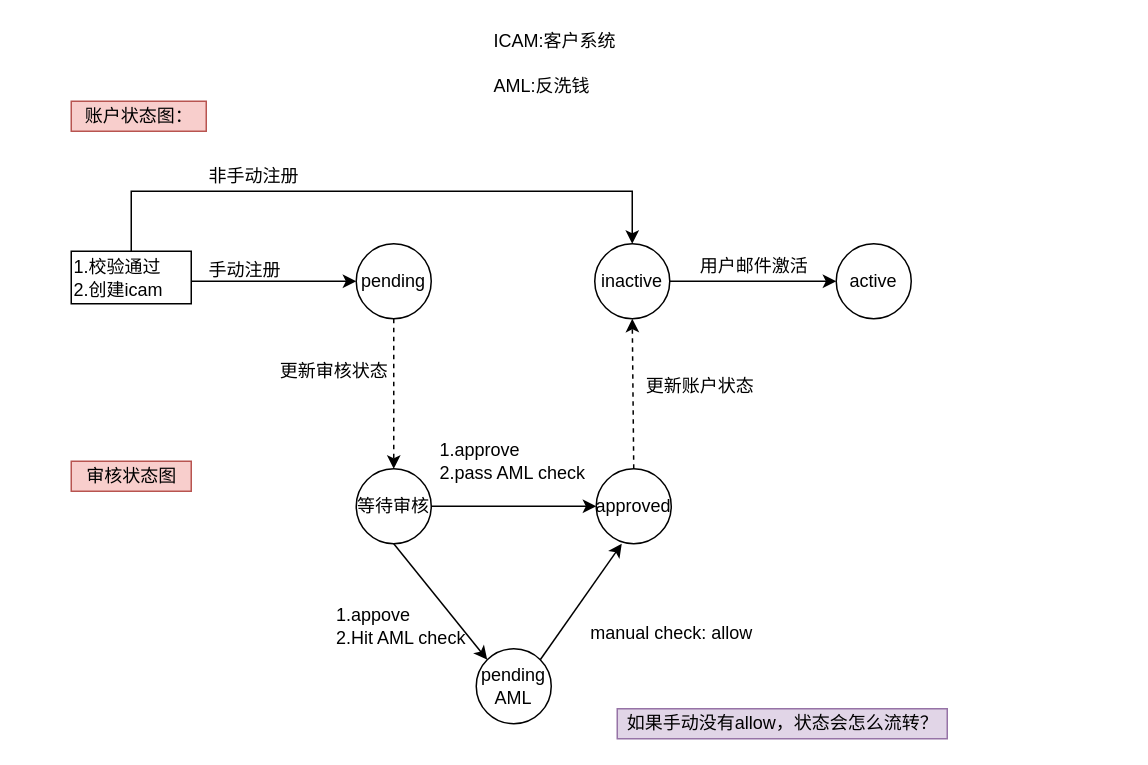
The draw.io diagram page "income-user-status-diagram" (9 of 9) of Untitled Diagram.drawio in wang86924324/workstation, before the edit. Source tidied: cells renumbered, new cells numbered last; positions are measured from the earlier drawing's top-left corner, leaving out a move shared by most shapes. Both pictures are drawn from the tidied source at 150%, with x=0, y=0 at pixel (70, 26).
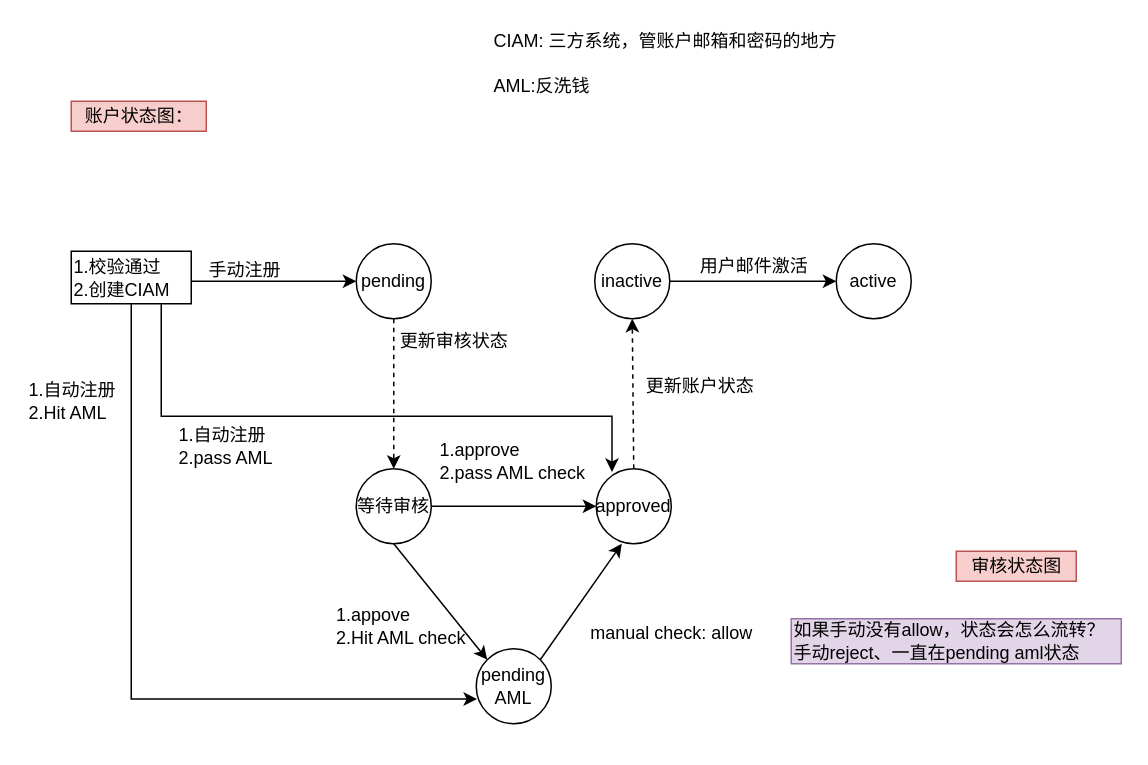
The same page after the edit.

Unchanged cells that the change refers to:
```xml
<mxCell id="13" value="inactive" style="ellipse;whiteSpace=wrap;html=1;" parent="1" vertex="1">
  <mxGeometry x="349" y="145" width="50" height="50" as="geometry" />
</mxCell>
<mxCell id="19" value="approved" style="ellipse;whiteSpace=wrap;html=1;" parent="1" vertex="1">
  <mxGeometry x="350" y="295" width="50" height="50" as="geometry" />
</mxCell>
```

Change to the diagram source:
```diff
@@
     <mxCell id="5" value="审核状态图" style="text;html=1;align=center;verticalAlign=middle;strokeColor=#b85450;fillColor=#f8cecc;" parent="1" vertex="1">
-      <mxGeometry y="290" width="80" height="20" as="geometry" />
+      <mxGeometry x="590" y="350" width="80" height="20" as="geometry" />
     </mxCell>
@@
-    <mxCell id="22" value="ICAM:客户系统" style="text;html=1;strokeColor=none;fillColor=none;align=left;verticalAlign=middle;whiteSpace=wrap;rounded=0;" parent="1" vertex="1">
-      <mxGeometry x="280" width="130" height="20" as="geometry" />
+    <mxCell id="22" value="CIAM: 三方系统，管账户邮箱和密码的地方" style="text;html=1;strokeColor=none;fillColor=none;align=left;verticalAlign=middle;whiteSpace=wrap;rounded=0;" parent="1" vertex="1">
+      <mxGeometry x="280" width="240" height="20" as="geometry" />
     </mxCell>
-    <mxCell id="23" value="如果手动没有allow，状态会怎么流转？" style="text;html=1;align=center;verticalAlign=middle;strokeColor=#9673a6;fillColor=#e1d5e7;" parent="1" vertex="1">
-      <mxGeometry x="364" y="455" width="220" height="20" as="geometry" />
+    <mxCell id="23" value="如果手动没有allow，状态会怎么流转？&lt;br&gt;手动reject、一直在pending aml状态" style="text;html=1;align=left;verticalAlign=middle;strokeColor=#9673a6;fillColor=#e1d5e7;" parent="1" vertex="1">
+      <mxGeometry x="480" y="395" width="220" height="30" as="geometry" />
     </mxCell>
@@
-    <mxCell id="25" style="edgeStyle=orthogonalEdgeStyle;rounded=0;jettySize=auto;html=1;exitX=0.5;exitY=0;exitDx=0;exitDy=0;entryX=0.5;entryY=0;entryDx=0;entryDy=0;" parent="1" edge="1" source="26" target="13">
-      <mxGeometry relative="1" as="geometry">
-        <Array as="points">
-          <mxPoint x="40" y="110" />
-          <mxPoint x="374" y="110" />
-        </Array>
-      </mxGeometry>
-    </mxCell>
+    <mxCell id="30" style="edgeStyle=orthogonalEdgeStyle;rounded=0;orthogonalLoop=1;jettySize=auto;html=1;entryX=0.01;entryY=0.81;entryDx=0;entryDy=0;entryPerimeter=0;" parent="1" edge="1">
+      <mxGeometry relative="1" as="geometry">
+        <mxPoint x="40" y="178" as="sourcePoint" />
+        <mxPoint x="270.5" y="448.5" as="targetPoint" />
+        <Array as="points">
+          <mxPoint x="40" y="449" />
+        </Array>
+      </mxGeometry>
+    </mxCell>
+    <mxCell id="31" style="edgeStyle=orthogonalEdgeStyle;rounded=0;jettySize=auto;html=1;exitX=0.75;exitY=1;exitDx=0;exitDy=0;entryX=0.21;entryY=0.043;entryDx=0;entryDy=0;entryPerimeter=0;" parent="1" edge="1" source="26" target="19">
+      <mxGeometry relative="1" as="geometry">
+        <Array as="points">
+          <mxPoint x="60" y="260" />
+          <mxPoint x="361" y="260" />
+        </Array>
+      </mxGeometry>
+    </mxCell>
-    <mxCell id="26" value="1.校验通过&lt;br&gt;2.创建icam" style="rounded=0;whiteSpace=wrap;html=1;align=left;" parent="1" vertex="1">
+    <mxCell id="26" value="1.校验通过&lt;br&gt;2.创建CIAM" style="rounded=0;whiteSpace=wrap;html=1;align=left;" parent="1" vertex="1">
       <mxGeometry y="150" width="80" height="35" as="geometry" />
     </mxCell>
-    <mxCell id="27" value="非手动注册" style="text;html=1;align=left;verticalAlign=middle;strokeColor=none;" parent="1" vertex="1">
-      <mxGeometry x="90" y="90" width="80" height="20" as="geometry" />
-    </mxCell>
     <mxCell id="28" value="更新审核状态" style="text;html=1;align=center;verticalAlign=middle;strokeColor=none;" parent="1" vertex="1">
-      <mxGeometry x="130" y="220" width="90" height="20" as="geometry" />
+      <mxGeometry x="210" y="200" width="90" height="20" as="geometry" />
     </mxCell>
@@
+    <mxCell id="32" value="1.自动注册&lt;br&gt;2.Hit AML" style="text;html=1;align=left;verticalAlign=middle;strokeColor=none;" parent="1" vertex="1">
+      <mxGeometry x="-30" y="235" width="70" height="30" as="geometry" />
+    </mxCell>
+    <mxCell id="33" value="1.自动注册&lt;br&gt;2.pass AML" style="text;html=1;align=left;verticalAlign=middle;strokeColor=none;" parent="1" vertex="1">
+      <mxGeometry x="70" y="265" width="80" height="30" as="geometry" />
+    </mxCell>
```
